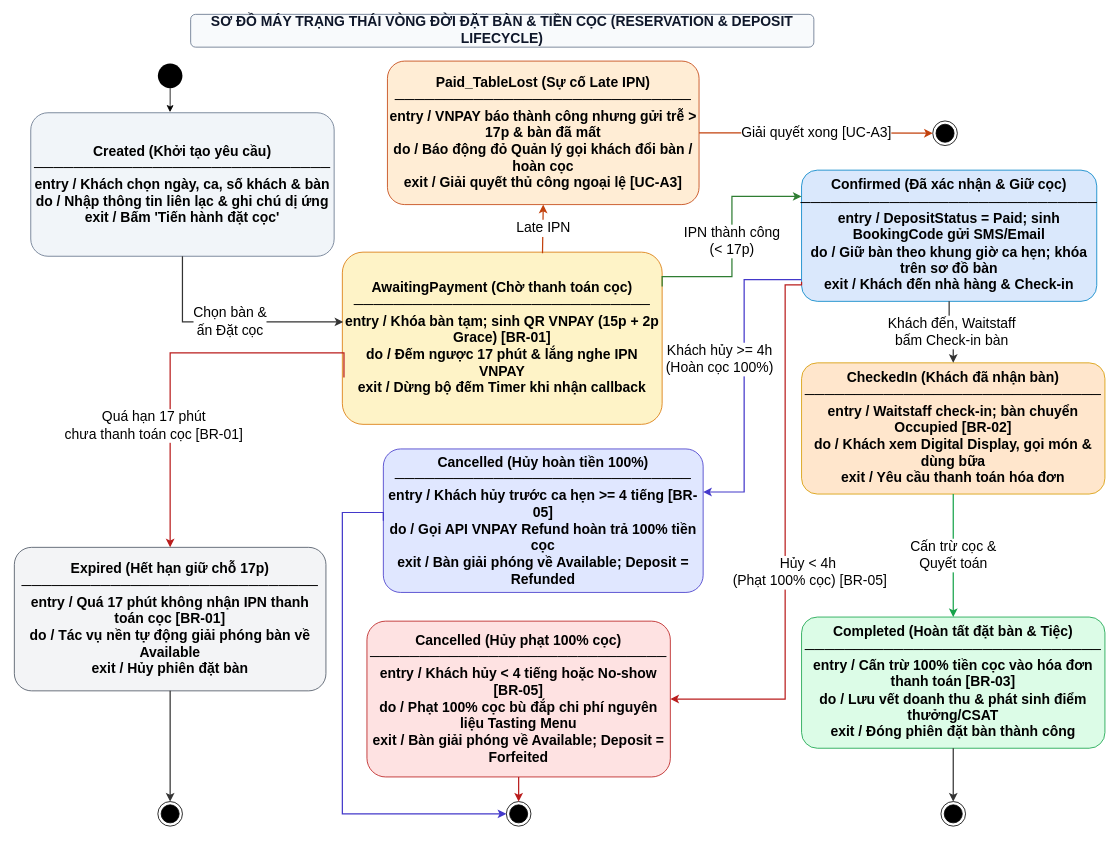
Before: docs/phase1/drawio/state_reservation_lifecycle.drawio in AndrewQng/VinDining, a draw.io diagram. Source tidied: cells renumbered, new cells numbered last; positions are measured from the earlier drawing's top-left corner, leaving out a move shared by most shapes. Both pictures are drawn from the tidied source at 82%, with x=0, y=0 at pixel (14, 14).
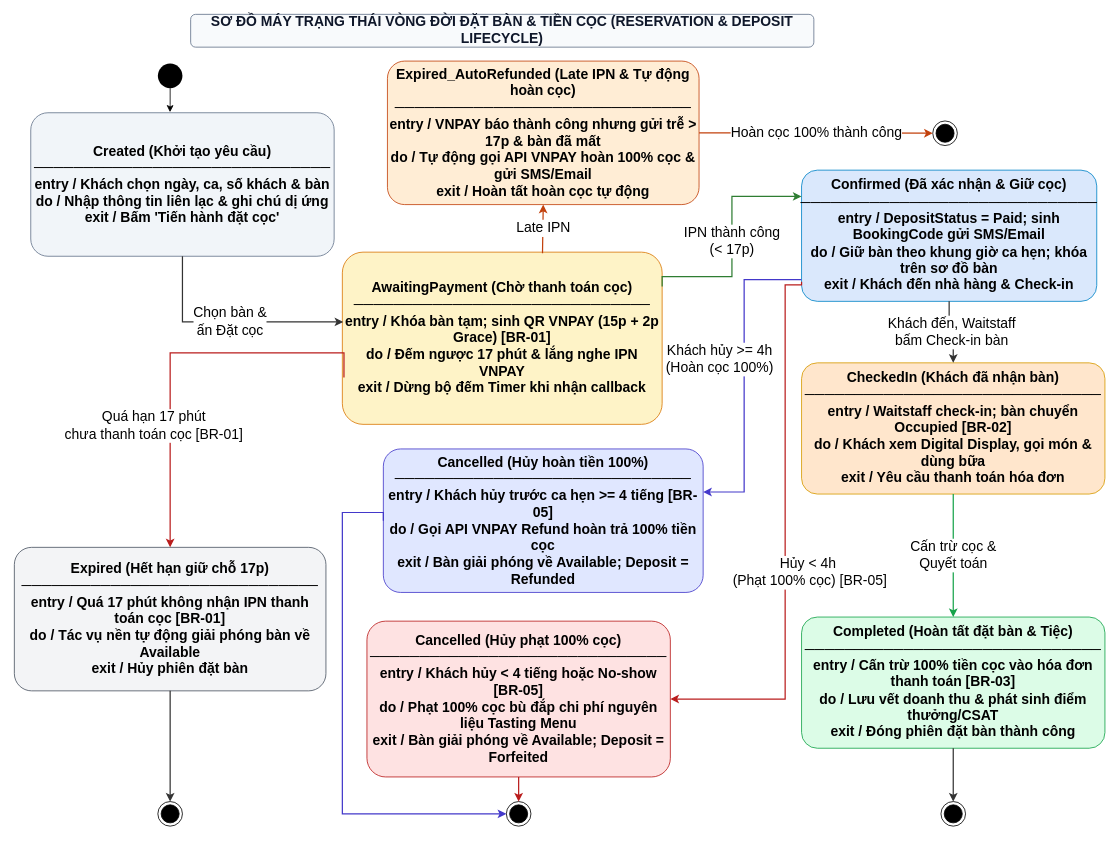
The same page after the edit.

The change refers to these unchanged cells:
```xml
<mxCell id="16" style="ellipse;html=1;shape=endState;fillColor=#000000;strokeColor=#000000;fontSize=17;" parent="1" vertex="1">
  <mxGeometry x="1120" y="130" width="30" height="30" as="geometry" />
</mxCell>
```

Diff of the diagram source:
```diff
@@
-    <mxCell id="12" value="Paid_TableLost (Sự cố Late IPN)&#10;──────────────────────────────&#10;entry / VNPAY báo thành công nhưng gửi trễ &amp;gt; 17p &amp;amp; bàn đã mất&#10;do / Báo động đỏ Quản lý gọi khách đổi bàn / hoàn cọc&#10;exit / Giải quyết thủ công ngoại lệ [UC-A3]" style="rounded=1;arcSize=12;whiteSpace=wrap;html=1;fillColor=#ffedd5;strokeColor=#c2410c;fontStyle=1;fontSize=17;align=center;verticalAlign=middle;" parent="1" vertex="1">
+    <mxCell id="12" value="Expired_AutoRefunded (Late IPN &amp;amp; Tự động hoàn cọc)&#10;──────────────────────────────&#10;entry / VNPAY báo thành công nhưng gửi trễ &amp;gt; 17p &amp;amp; bàn đã mất&#10;do / Tự động gọi API VNPAY hoàn 100% cọc &amp;amp; gửi SMS/Email&#10;exit / Hoàn tất hoàn cọc tự động" style="rounded=1;arcSize=12;whiteSpace=wrap;html=1;fillColor=#ffedd5;strokeColor=#c2410c;fontStyle=1;fontSize=17;align=center;verticalAlign=middle;" parent="1" vertex="1">
       <mxGeometry x="455" y="57" width="380" height="175" as="geometry" />
     </mxCell>
@@
-    <mxCell id="25" value="Giải quyết xong [UC-A3]" style="edgeStyle=orthogonalEdgeStyle;rounded=0;strokeColor=#c2410c;strokeWidth=1.5;html=1;fontSize=17;labelBackgroundColor=#ffffff;exitX=1;exitY=0.5;entryX=0;entryY=0.5;" parent="1" edge="1" source="12" target="16">
+    <mxCell id="25" value="Hoàn cọc 100% thành công" style="edgeStyle=orthogonalEdgeStyle;rounded=0;strokeColor=#c2410c;strokeWidth=1.5;html=1;fontSize=17;labelBackgroundColor=#ffffff;exitX=1;exitY=0.5;entryX=0;entryY=0.5;" parent="1" edge="1" source="12" target="16">
       <mxGeometry relative="1" as="geometry" />
     </mxCell>
```
